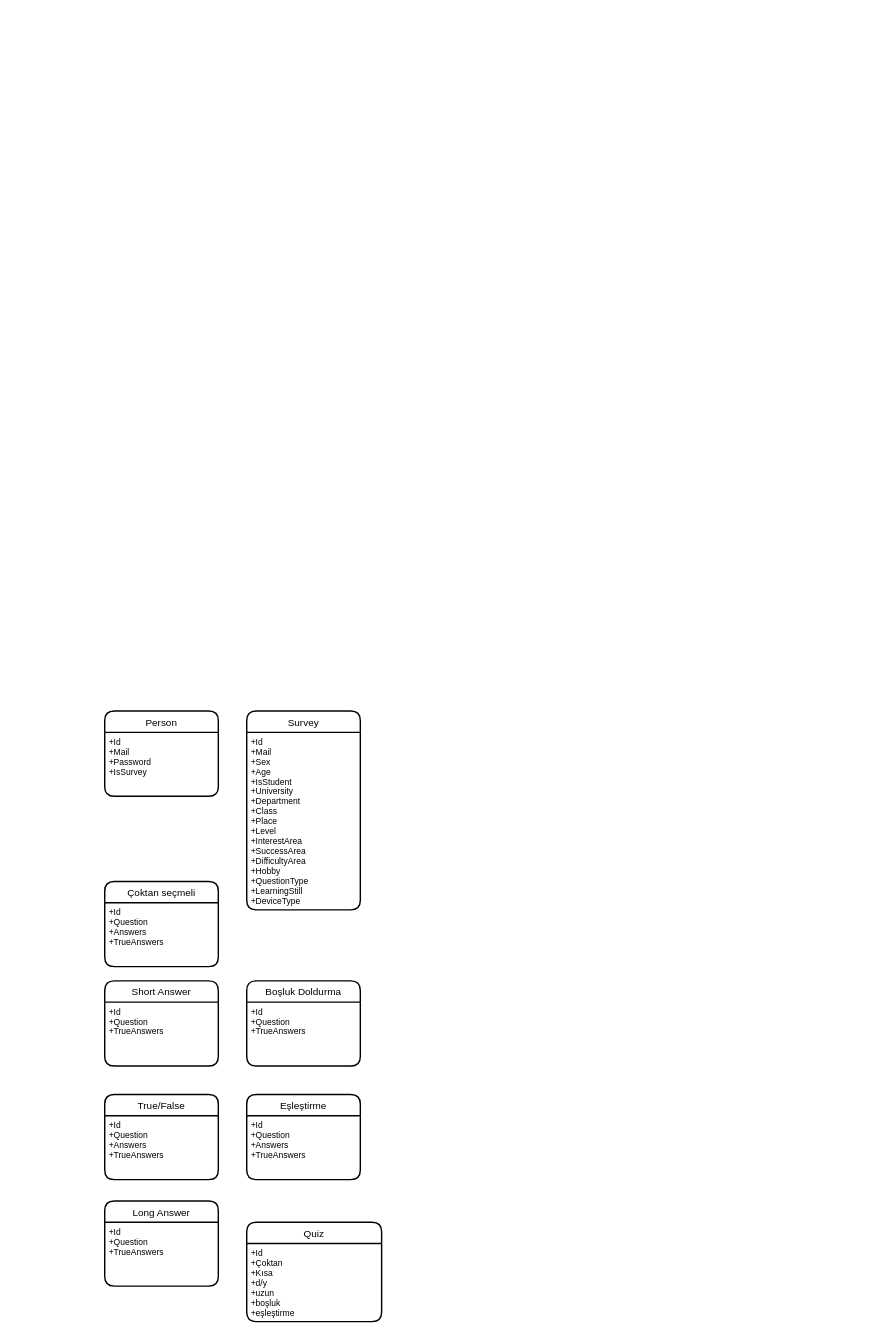
This is Untitled Diagram.drawio from yildirimynsemre/web, a draw.io file, before an edit. Source tidied: cells renumbered, new cells numbered last; positions are measured from the earlier drawing's top-left corner, leaving out a move shared by most shapes. Both pictures are drawn from the tidied source at 71%, with x=0, y=0 at pixel (104, 711).
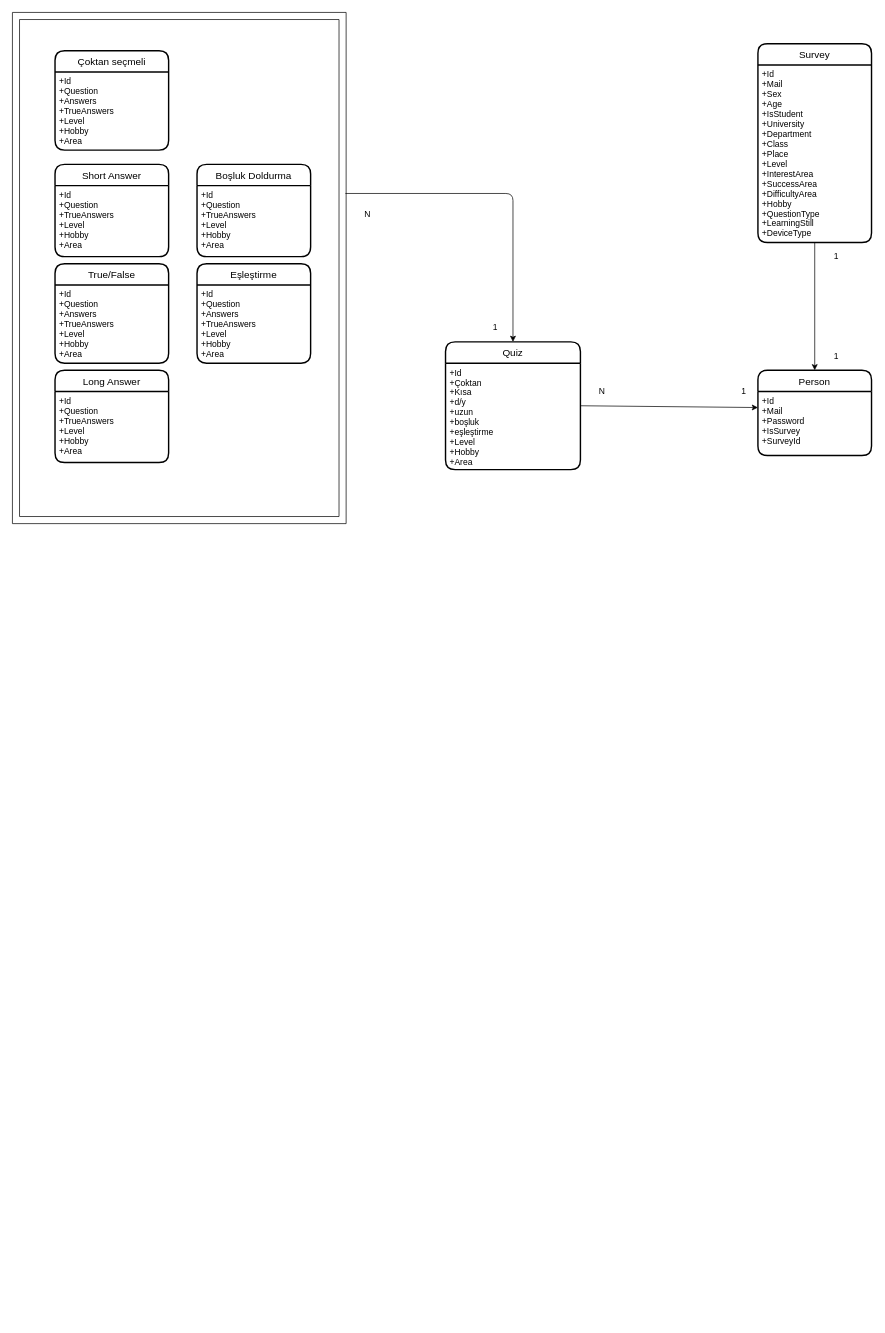
Above is the later version.

The change refers to these unchanged cells:
```xml
<mxCell id="5" value="+Id&#10;+Mail&#10;+Sex&#10;+Age&#10;+IsStudent&#10;+University&#10;+Department&#10;+Class&#10;+Place&#10;+Level&#10;+InterestArea&#10;+SuccessArea&#10;+DifficultyArea&#10;+Hobby&#10;+QuestionType&#10;+LearningStill&#10;+DeviceType" style="align=left;strokeColor=none;fillColor=none;spacingLeft=4;fontSize=12;verticalAlign=top;" parent="4" vertex="1">
  <mxGeometry y="30" width="160" height="250" as="geometry" />
</mxCell>
```

What changed in the source:
```diff
@@
     <mxCell id="2" value="Person" style="swimlane;horizontal=1;startSize=30;rounded=1;fontSize=14;fontStyle=0;strokeWidth=2;shadow=0;dashed=0;align=center;" parent="1" vertex="1">
-      <mxGeometry width="160" height="120" as="geometry" />
+      <mxGeometry x="920" y="-480" width="160" height="120" as="geometry" />
     </mxCell>
-    <mxCell id="3" value="+Id&#10;+Mail&#10;+Password&#10;+IsSurvey" style="align=left;strokeColor=none;fillColor=none;spacingLeft=4;fontSize=12;verticalAlign=top;" parent="2" vertex="1">
+    <mxCell id="3" value="+Id&#10;+Mail&#10;+Password&#10;+IsSurvey&#10;+SurveyId" style="align=left;strokeColor=none;fillColor=none;spacingLeft=4;fontSize=12;verticalAlign=top;" parent="2" vertex="1">
       <mxGeometry y="30" width="160" height="90" as="geometry" />
     </mxCell>
     <mxCell id="4" value="Survey" style="swimlane;horizontal=1;startSize=30;rounded=1;fontSize=14;fontStyle=0;strokeWidth=2;shadow=0;dashed=0;align=center;" parent="1" vertex="1">
-      <mxGeometry x="200" width="160" height="280" as="geometry" />
+      <mxGeometry x="920" y="-940" width="160" height="280" as="geometry" />
     </mxCell>
@@
     <mxCell id="6" value="Çoktan seçmeli" style="swimlane;horizontal=1;startSize=30;rounded=1;fontSize=14;fontStyle=0;strokeWidth=2;shadow=0;dashed=0;align=center;" parent="1" vertex="1">
-      <mxGeometry y="240" width="160" height="120" as="geometry" />
+      <mxGeometry x="-70" y="-930" width="160" height="140" as="geometry" />
     </mxCell>
-    <mxCell id="7" value="+Id&#10;+Question&#10;+Answers&#10;+TrueAnswers" style="align=left;strokeColor=none;fillColor=none;spacingLeft=4;fontSize=12;verticalAlign=top;" parent="6" vertex="1">
-      <mxGeometry y="30" width="160" height="90" as="geometry" />
+    <mxCell id="7" value="+Id&#10;+Question&#10;+Answers&#10;+TrueAnswers&#10;+Level&#10;+Hobby&#10;+Area" style="align=left;strokeColor=none;fillColor=none;spacingLeft=4;fontSize=12;verticalAlign=top;" parent="6" vertex="1">
+      <mxGeometry y="30" width="160" height="110" as="geometry" />
     </mxCell>
     <mxCell id="8" value="Short Answer" style="swimlane;horizontal=1;startSize=30;rounded=1;fontSize=14;fontStyle=0;strokeWidth=2;shadow=0;dashed=0;align=center;" parent="1" vertex="1">
-      <mxGeometry y="380" width="160" height="120" as="geometry" />
+      <mxGeometry x="-70" y="-770" width="160" height="130" as="geometry" />
     </mxCell>
-    <mxCell id="9" value="+Id&#10;+Question&#10;+TrueAnswers" style="align=left;strokeColor=none;fillColor=none;spacingLeft=4;fontSize=12;verticalAlign=top;" parent="8" vertex="1">
-      <mxGeometry y="30" width="160" height="90" as="geometry" />
+    <mxCell id="9" value="+Id&#10;+Question&#10;+TrueAnswers&#10;+Level&#10;+Hobby&#10;+Area" style="align=left;strokeColor=none;fillColor=none;spacingLeft=4;fontSize=12;verticalAlign=top;" parent="8" vertex="1">
+      <mxGeometry y="30" width="160" height="100" as="geometry" />
     </mxCell>
     <mxCell id="10" value="True/False" style="swimlane;horizontal=1;startSize=30;rounded=1;fontSize=14;fontStyle=0;strokeWidth=2;shadow=0;dashed=0;align=center;" parent="1" vertex="1">
-      <mxGeometry y="540" width="160" height="120" as="geometry" />
+      <mxGeometry x="-70" y="-630" width="160" height="140" as="geometry" />
     </mxCell>
-    <mxCell id="11" value="+Id&#10;+Question&#10;+Answers&#10;+TrueAnswers" style="align=left;strokeColor=none;fillColor=none;spacingLeft=4;fontSize=12;verticalAlign=top;" parent="10" vertex="1">
-      <mxGeometry y="30" width="160" height="90" as="geometry" />
+    <mxCell id="11" value="+Id&#10;+Question&#10;+Answers&#10;+TrueAnswers&#10;+Level&#10;+Hobby&#10;+Area" style="align=left;strokeColor=none;fillColor=none;spacingLeft=4;fontSize=12;verticalAlign=top;" parent="10" vertex="1">
+      <mxGeometry y="30" width="160" height="110" as="geometry" />
     </mxCell>
     <mxCell id="12" value="Long Answer" style="swimlane;horizontal=1;startSize=30;rounded=1;fontSize=14;fontStyle=0;strokeWidth=2;shadow=0;dashed=0;align=center;" parent="1" vertex="1">
-      <mxGeometry y="690" width="160" height="120" as="geometry" />
+      <mxGeometry x="-70" y="-480" width="160" height="130" as="geometry" />
     </mxCell>
-    <mxCell id="13" value="+Id&#10;+Question&#10;+TrueAnswers" style="align=left;strokeColor=none;fillColor=none;spacingLeft=4;fontSize=12;verticalAlign=top;" parent="12" vertex="1">
-      <mxGeometry y="30" width="160" height="90" as="geometry" />
+    <mxCell id="13" value="+Id&#10;+Question&#10;+TrueAnswers&#10;+Level&#10;+Hobby&#10;+Area" style="align=left;strokeColor=none;fillColor=none;spacingLeft=4;fontSize=12;verticalAlign=top;" parent="12" vertex="1">
+      <mxGeometry y="30" width="160" height="100" as="geometry" />
     </mxCell>
     <mxCell id="14" value="Boşluk Doldurma" style="swimlane;horizontal=1;startSize=30;rounded=1;fontSize=14;fontStyle=0;strokeWidth=2;shadow=0;dashed=0;align=center;" parent="1" vertex="1">
-      <mxGeometry x="200" y="380" width="160" height="120" as="geometry" />
+      <mxGeometry x="130" y="-770" width="160" height="130" as="geometry" />
     </mxCell>
-    <mxCell id="15" value="+Id&#10;+Question&#10;+TrueAnswers" style="align=left;strokeColor=none;fillColor=none;spacingLeft=4;fontSize=12;verticalAlign=top;" parent="14" vertex="1">
-      <mxGeometry y="30" width="160" height="90" as="geometry" />
+    <mxCell id="15" value="+Id&#10;+Question&#10;+TrueAnswers&#10;+Level&#10;+Hobby&#10;+Area" style="align=left;strokeColor=none;fillColor=none;spacingLeft=4;fontSize=12;verticalAlign=top;" parent="14" vertex="1">
+      <mxGeometry y="30" width="160" height="100" as="geometry" />
     </mxCell>
     <mxCell id="16" value="Eşleştirme" style="swimlane;horizontal=1;startSize=30;rounded=1;fontSize=14;fontStyle=0;strokeWidth=2;shadow=0;dashed=0;align=center;" parent="1" vertex="1">
-      <mxGeometry x="200" y="540" width="160" height="120" as="geometry" />
+      <mxGeometry x="130" y="-630" width="160" height="140" as="geometry" />
     </mxCell>
-    <mxCell id="17" value="+Id&#10;+Question&#10;+Answers&#10;+TrueAnswers" style="align=left;strokeColor=none;fillColor=none;spacingLeft=4;fontSize=12;verticalAlign=top;" parent="16" vertex="1">
-      <mxGeometry y="30" width="160" height="90" as="geometry" />
+    <mxCell id="17" value="+Id&#10;+Question&#10;+Answers&#10;+TrueAnswers&#10;+Level&#10;+Hobby&#10;+Area" style="align=left;strokeColor=none;fillColor=none;spacingLeft=4;fontSize=12;verticalAlign=top;" parent="16" vertex="1">
+      <mxGeometry y="30" width="160" height="110" as="geometry" />
     </mxCell>
     <mxCell id="18" value="Quiz" style="swimlane;horizontal=1;startSize=30;rounded=1;fontSize=14;fontStyle=0;strokeWidth=2;shadow=0;dashed=0;align=center;" parent="1" vertex="1">
-      <mxGeometry x="200" y="720" width="190" height="140" as="geometry" />
+      <mxGeometry x="480" y="-520" width="190" height="180" as="geometry" />
     </mxCell>
-    <mxCell id="19" value="+Id&#10;+Çoktan&#10;+Kısa&#10;+d/y&#10;+uzun&#10;+boşluk&#10;+eşleştirme" style="align=left;strokeColor=none;fillColor=none;spacingLeft=4;fontSize=12;verticalAlign=top;" parent="18" vertex="1">
-      <mxGeometry y="30" width="190" height="110" as="geometry" />
+    <mxCell id="19" value="+Id&#10;+Çoktan&#10;+Kısa&#10;+d/y&#10;+uzun&#10;+boşluk&#10;+eşleştirme&#10;+Level&#10;+Hobby&#10;+Area" style="align=left;strokeColor=none;fillColor=none;spacingLeft=4;fontSize=12;verticalAlign=top;" parent="18" vertex="1">
+      <mxGeometry y="30" width="190" height="150" as="geometry" />
     </mxCell>
+    <mxCell id="20" style="verticalLabelPosition=bottom;verticalAlign=top;html=1;shape=mxgraph.basic.frame;dx=10;" parent="1" vertex="1">
+      <mxGeometry x="-130" y="-984" width="470" height="720" as="geometry" />
+    </mxCell>
+    <mxCell id="21" style="endArrow=classic;html=1;entryX=0.5;entryY=0;entryDx=0;entryDy=0;" parent="1" edge="1" target="18">
+      <mxGeometry relative="1" as="geometry">
+        <mxPoint x="339" y="-729" as="sourcePoint" />
+        <Array as="points">
+          <mxPoint x="575" y="-729" />
+        </Array>
+      </mxGeometry>
+    </mxCell>
+    <mxCell id="22" value="N" style="text;html=1;align=center;verticalAlign=middle;" parent="1" vertex="1">
+      <mxGeometry x="360" y="-710" width="20" height="20" as="geometry" />
+    </mxCell>
+    <mxCell id="23" value="1" style="text;html=1;align=center;verticalAlign=middle;" parent="1" vertex="1">
+      <mxGeometry x="540" y="-550" width="20" height="20" as="geometry" />
+    </mxCell>
+    <mxCell id="24" value="N" style="text;html=1;align=center;verticalAlign=middle;" parent="1" vertex="1">
+      <mxGeometry x="690" y="-460" width="20" height="20" as="geometry" />
+    </mxCell>
+    <mxCell id="25" value="1" style="text;html=1;align=center;verticalAlign=middle;" parent="1" vertex="1">
+      <mxGeometry x="1020" y="-510" width="20" height="20" as="geometry" />
+    </mxCell>
+    <mxCell id="26" value="1" style="text;html=1;align=center;verticalAlign=middle;" parent="1" vertex="1">
+      <mxGeometry x="1020" y="-650" width="20" height="20" as="geometry" />
+    </mxCell>
+    <mxCell id="27" style="endArrow=classic;html=1;exitX=1;exitY=0.5;exitDx=0;exitDy=0;entryX=0;entryY=0.25;entryDx=0;entryDy=0;" parent="1" edge="1" source="18" target="3">
+      <mxGeometry relative="1" as="geometry" />
+    </mxCell>
+    <mxCell id="28" value="1" style="text;html=1;align=center;verticalAlign=middle;" parent="1" vertex="1">
+      <mxGeometry x="890" y="-460" width="20" height="20" as="geometry" />
+    </mxCell>
+    <mxCell id="29" style="endArrow=classic;html=1;entryX=0.5;entryY=0;entryDx=0;entryDy=0;exitX=0.5;exitY=1;exitDx=0;exitDy=0;" parent="1" edge="1" source="5" target="2">
+      <mxGeometry relative="1" as="geometry" />
+    </mxCell>
```
